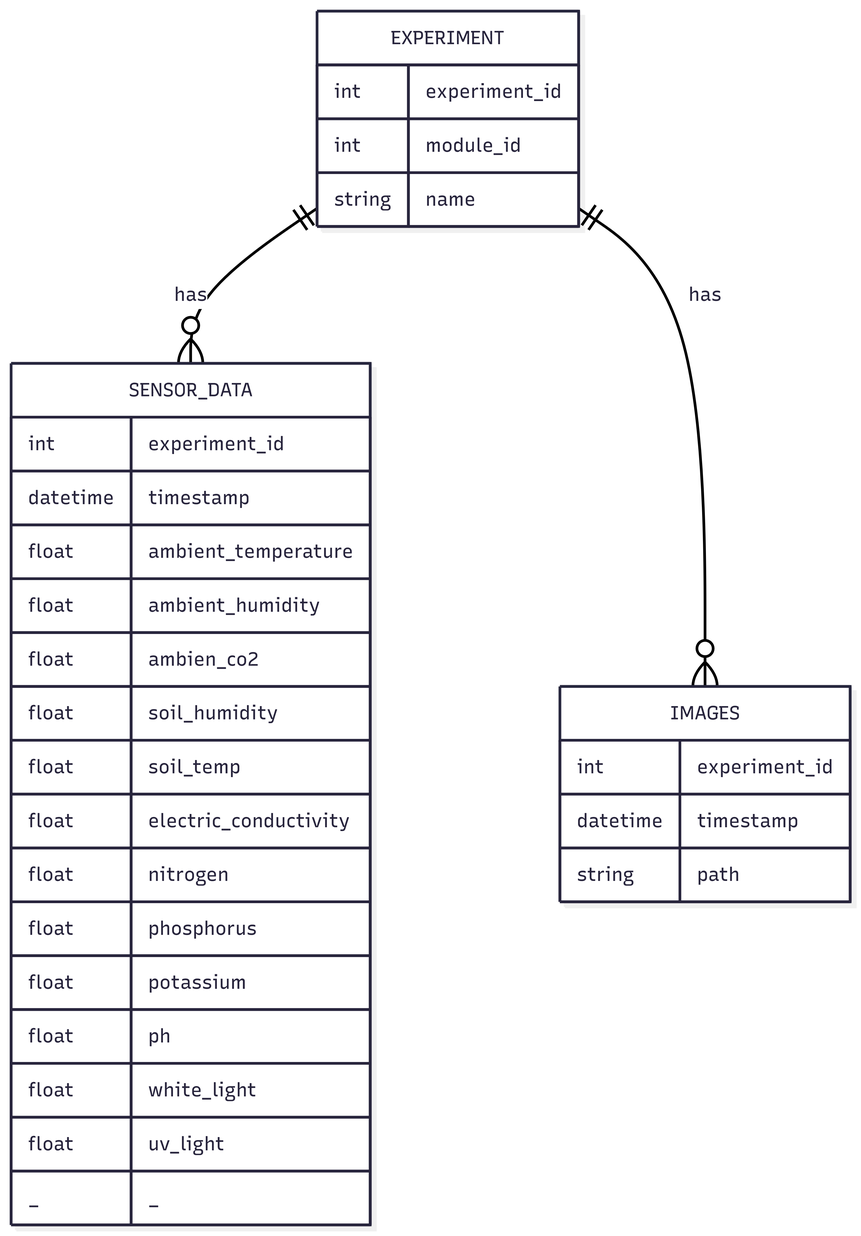
Before: docs/erDiagram.png, a diagram exported from Mermaid (eggseal/camara-crecimiento). Its source is kept beside it as docs/erDiagram.mmd.
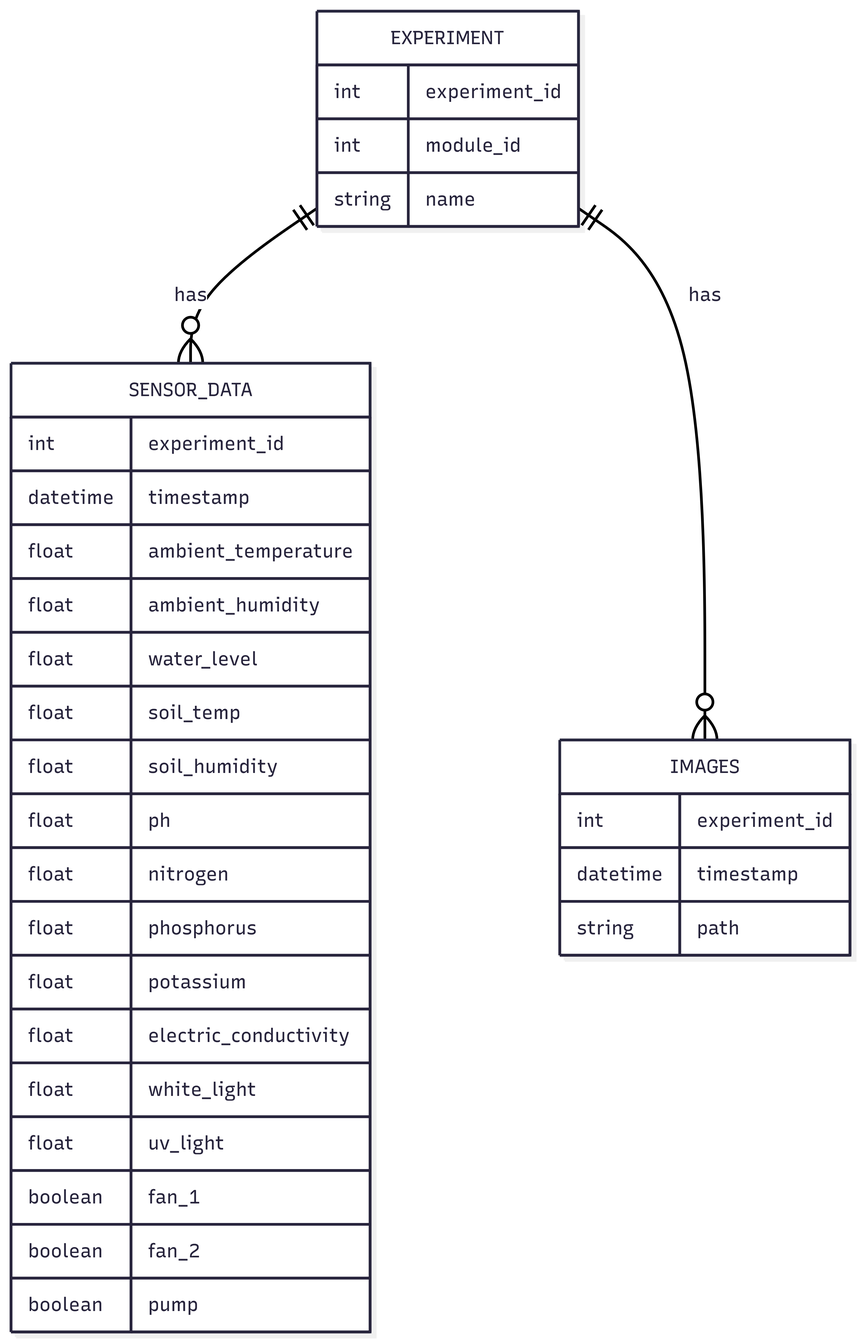
After the change.

Diff of the diagram source:
```diff
@@ -5,17 +5,19 @@
         datetime timestamp
         float ambient_temperature
         float ambient_humidity
-        float ambien_co2
+        float water_level
+        float soil_temp
         float soil_humidity
-        float soil_temp
-        float electric_conductivity
+        float ph
         float nitrogen
         float phosphorus
         float potassium
-        float ph
+        float electric_conductivity
         float white_light
         float uv_light
-        _ _
+        boolean fan_1
+        boolean fan_2
+        boolean pump
     }
 
     EXPERIMENT {
```
